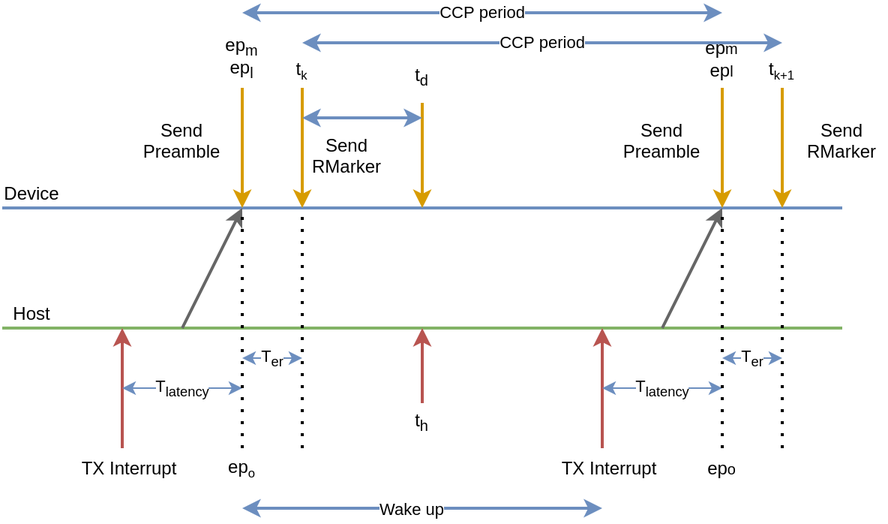
Before: reports/03_firmware/img/ccp_timing_for_master_node.png, a diagram exported from draw.io (tuannv-github/uwb-ips). Source tidied: cells renumbered, new cells last; positions are measured from the earlier drawing's top-left corner, leaving out a move shared by most shapes. The source it was exported from:
```xml
<mxGraphModel>
  <root>
    <mxCell id="0" />
    <mxCell id="1" parent="0" />
    <mxCell id="2" style="endArrow=none;html=1;fillColor=#d5e8d4;strokeColor=#82b366;strokeWidth=2;" parent="1" edge="1">
      <mxGeometry relative="1" as="geometry">
        <mxPoint y="210" as="sourcePoint" />
        <mxPoint x="560" y="210" as="targetPoint" />
      </mxGeometry>
    </mxCell>
    <mxCell id="3" style="endArrow=classic;html=1;fillColor=#f8cecc;strokeColor=#b85450;strokeWidth=2;" parent="1" edge="1">
      <mxGeometry relative="1" as="geometry">
        <mxPoint x="80" y="290" as="sourcePoint" />
        <mxPoint x="80" y="210" as="targetPoint" />
      </mxGeometry>
    </mxCell>
    <mxCell id="4" style="endArrow=none;html=1;fillColor=#dae8fc;strokeColor=#6c8ebf;strokeWidth=2;" parent="1" edge="1">
      <mxGeometry relative="1" as="geometry">
        <mxPoint y="130" as="sourcePoint" />
        <mxPoint x="560" y="130" as="targetPoint" />
      </mxGeometry>
    </mxCell>
    <mxCell id="5" style="endArrow=classic;html=1;fillColor=#ffe6cc;strokeColor=#d79b00;strokeWidth=2;" parent="1" edge="1">
      <mxGeometry relative="1" as="geometry">
        <mxPoint x="200" y="50" as="sourcePoint" />
        <mxPoint x="200" y="130" as="targetPoint" />
      </mxGeometry>
    </mxCell>
    <mxCell id="6" value="Send&lt;br&gt;RMarker" style="text;html=1;strokeColor=none;fillColor=none;align=center;verticalAlign=middle;whiteSpace=wrap;rounded=0;" parent="1" vertex="1">
      <mxGeometry x="200" y="80" width="60" height="30" as="geometry" />
    </mxCell>
    <mxCell id="7" value="TX Interrupt" style="text;html=1;strokeColor=none;fillColor=none;align=center;verticalAlign=middle;whiteSpace=wrap;rounded=0;" parent="1" vertex="1">
      <mxGeometry x="40" y="290" width="90" height="25" as="geometry" />
    </mxCell>
    <mxCell id="8" style="endArrow=classic;html=1;fillColor=#f5f5f5;strokeColor=#666666;strokeWidth=2;" parent="1" edge="1">
      <mxGeometry relative="1" as="geometry">
        <mxPoint x="120" y="210" as="sourcePoint" />
        <mxPoint x="160" y="130" as="targetPoint" />
      </mxGeometry>
    </mxCell>
    <mxCell id="9" value="Device" style="text;html=1;strokeColor=none;fillColor=none;align=center;verticalAlign=middle;whiteSpace=wrap;rounded=0;" parent="1" vertex="1">
      <mxGeometry y="110" width="40" height="20" as="geometry" />
    </mxCell>
    <mxCell id="10" value="Host" style="text;html=1;strokeColor=none;fillColor=none;align=center;verticalAlign=middle;whiteSpace=wrap;rounded=0;" parent="1" vertex="1">
      <mxGeometry y="190" width="40" height="20" as="geometry" />
    </mxCell>
    <mxCell id="11" value="CCP period" style="endArrow=classic;startArrow=classic;html=1;fillColor=#dae8fc;strokeColor=#6c8ebf;strokeWidth=2;" parent="1" edge="1">
      <mxGeometry relative="1" as="geometry">
        <mxPoint x="160" as="sourcePoint" />
        <mxPoint x="480" as="targetPoint" />
      </mxGeometry>
    </mxCell>
    <mxCell id="12" style="endArrow=none;dashed=1;html=1;dashPattern=1 3;strokeWidth=2;" parent="1" edge="1">
      <mxGeometry relative="1" as="geometry">
        <mxPoint x="200" y="290" as="sourcePoint" />
        <mxPoint x="200" y="130" as="targetPoint" />
      </mxGeometry>
    </mxCell>
    <mxCell id="13" style="endArrow=classic;html=1;fillColor=#ffe6cc;strokeColor=#d79b00;strokeWidth=2;" parent="1" edge="1">
      <mxGeometry relative="1" as="geometry">
        <mxPoint x="160" y="50" as="sourcePoint" />
        <mxPoint x="160" y="130" as="targetPoint" />
      </mxGeometry>
    </mxCell>
    <mxCell id="14" value="Send&lt;br&gt;Preamble" style="text;html=1;strokeColor=none;fillColor=none;align=center;verticalAlign=middle;whiteSpace=wrap;rounded=0;" parent="1" vertex="1">
      <mxGeometry x="90" y="70" width="60" height="30" as="geometry" />
    </mxCell>
    <mxCell id="15" value="T&lt;sub&gt;latency&lt;/sub&gt;" style="endArrow=classic;startArrow=classic;html=1;fillColor=#dae8fc;strokeColor=#6c8ebf;" parent="1" edge="1">
      <mxGeometry relative="1" as="geometry">
        <mxPoint x="80" y="250" as="sourcePoint" />
        <mxPoint x="160" y="250" as="targetPoint" />
      </mxGeometry>
    </mxCell>
    <mxCell id="16" value="T&lt;sub&gt;er&lt;/sub&gt;" style="endArrow=classic;startArrow=classic;html=1;fillColor=#dae8fc;strokeColor=#6c8ebf;" parent="1" edge="1">
      <mxGeometry relative="1" as="geometry">
        <mxPoint x="160" y="230" as="sourcePoint" />
        <mxPoint x="200" y="230" as="targetPoint" />
      </mxGeometry>
    </mxCell>
    <mxCell id="17" style="endArrow=none;dashed=1;html=1;dashPattern=1 3;strokeWidth=2;" parent="1" edge="1">
      <mxGeometry relative="1" as="geometry">
        <mxPoint x="160" y="290" as="sourcePoint" />
        <mxPoint x="160" y="130" as="targetPoint" />
      </mxGeometry>
    </mxCell>
    <mxCell id="18" value="ep&lt;span style=&quot;font-size: 10px&quot;&gt;&lt;sub&gt;o&lt;/sub&gt;&lt;/span&gt;" style="text;html=1;strokeColor=none;fillColor=none;align=center;verticalAlign=middle;whiteSpace=wrap;rounded=0;" parent="1" vertex="1">
      <mxGeometry x="150" y="290" width="20" height="25" as="geometry" />
    </mxCell>
    <mxCell id="19" value="ep&lt;sub&gt;l&lt;/sub&gt;" style="text;html=1;strokeColor=none;fillColor=none;align=center;verticalAlign=middle;whiteSpace=wrap;rounded=0;" parent="1" vertex="1">
      <mxGeometry x="150" y="30" width="20" height="15" as="geometry" />
    </mxCell>
    <mxCell id="20" value="ep&lt;sub&gt;m&lt;/sub&gt;" style="text;html=1;strokeColor=none;fillColor=none;align=center;verticalAlign=middle;whiteSpace=wrap;rounded=0;" parent="1" vertex="1">
      <mxGeometry x="150" y="10" width="20" height="25" as="geometry" />
    </mxCell>
    <mxCell id="21" style="endArrow=classic;html=1;fillColor=#f8cecc;strokeColor=#b85450;strokeWidth=2;" parent="1" edge="1">
      <mxGeometry relative="1" as="geometry">
        <mxPoint x="400" y="290" as="sourcePoint" />
        <mxPoint x="400" y="210" as="targetPoint" />
      </mxGeometry>
    </mxCell>
    <mxCell id="22" style="endArrow=classic;html=1;fillColor=#ffe6cc;strokeColor=#d79b00;strokeWidth=2;" parent="1" edge="1">
      <mxGeometry relative="1" as="geometry">
        <mxPoint x="520" y="50" as="sourcePoint" />
        <mxPoint x="520" y="130" as="targetPoint" />
      </mxGeometry>
    </mxCell>
    <mxCell id="23" value="Send&lt;br&gt;RMarker" style="text;html=1;strokeColor=none;fillColor=none;align=center;verticalAlign=middle;whiteSpace=wrap;rounded=0;" parent="1" vertex="1">
      <mxGeometry x="530" y="70" width="60" height="30" as="geometry" />
    </mxCell>
    <mxCell id="24" value="TX Interrupt" style="text;html=1;strokeColor=none;fillColor=none;align=center;verticalAlign=middle;whiteSpace=wrap;rounded=0;" parent="1" vertex="1">
      <mxGeometry x="360" y="290" width="90" height="25" as="geometry" />
    </mxCell>
    <mxCell id="25" style="endArrow=classic;html=1;fillColor=#f5f5f5;strokeColor=#666666;strokeWidth=2;" parent="1" edge="1">
      <mxGeometry relative="1" as="geometry">
        <mxPoint x="440" y="210" as="sourcePoint" />
        <mxPoint x="480" y="130" as="targetPoint" />
      </mxGeometry>
    </mxCell>
    <mxCell id="26" style="endArrow=none;dashed=1;html=1;dashPattern=1 3;strokeWidth=2;" parent="1" edge="1">
      <mxGeometry relative="1" as="geometry">
        <mxPoint x="520" y="290" as="sourcePoint" />
        <mxPoint x="520" y="130" as="targetPoint" />
      </mxGeometry>
    </mxCell>
    <mxCell id="27" style="endArrow=classic;html=1;fillColor=#ffe6cc;strokeColor=#d79b00;strokeWidth=2;" parent="1" edge="1">
      <mxGeometry relative="1" as="geometry">
        <mxPoint x="480" y="50" as="sourcePoint" />
        <mxPoint x="480" y="130" as="targetPoint" />
      </mxGeometry>
    </mxCell>
    <mxCell id="28" value="Send&lt;br&gt;Preamble" style="text;html=1;strokeColor=none;fillColor=none;align=center;verticalAlign=middle;whiteSpace=wrap;rounded=0;" parent="1" vertex="1">
      <mxGeometry x="410" y="70" width="60" height="30" as="geometry" />
    </mxCell>
    <mxCell id="29" value="T&lt;sub&gt;latency&lt;/sub&gt;" style="endArrow=classic;startArrow=classic;html=1;fillColor=#dae8fc;strokeColor=#6c8ebf;" parent="1" edge="1">
      <mxGeometry relative="1" as="geometry">
        <mxPoint x="400" y="250" as="sourcePoint" />
        <mxPoint x="480" y="250" as="targetPoint" />
      </mxGeometry>
    </mxCell>
    <mxCell id="30" value="T&lt;sub&gt;er&lt;/sub&gt;" style="endArrow=classic;startArrow=classic;html=1;fillColor=#dae8fc;strokeColor=#6c8ebf;" parent="1" edge="1">
      <mxGeometry relative="1" as="geometry">
        <mxPoint x="480" y="230" as="sourcePoint" />
        <mxPoint x="520" y="230" as="targetPoint" />
      </mxGeometry>
    </mxCell>
    <mxCell id="31" style="endArrow=none;dashed=1;html=1;dashPattern=1 3;strokeWidth=2;" parent="1" edge="1">
      <mxGeometry relative="1" as="geometry">
        <mxPoint x="480" y="290" as="sourcePoint" />
        <mxPoint x="480" y="130" as="targetPoint" />
      </mxGeometry>
    </mxCell>
    <mxCell id="32" value="ep&lt;span style=&quot;font-size: 10px&quot;&gt;o&lt;/span&gt;" style="text;html=1;strokeColor=none;fillColor=none;align=center;verticalAlign=middle;whiteSpace=wrap;rounded=0;" parent="1" vertex="1">
      <mxGeometry x="470" y="290" width="20" height="25" as="geometry" />
    </mxCell>
    <mxCell id="33" value="ep&lt;span style=&quot;font-size: 10px&quot;&gt;l&lt;/span&gt;" style="text;html=1;strokeColor=none;fillColor=none;align=center;verticalAlign=middle;whiteSpace=wrap;rounded=0;" parent="1" vertex="1">
      <mxGeometry x="470" y="30" width="20" height="15" as="geometry" />
    </mxCell>
    <mxCell id="34" value="ep&lt;span style=&quot;font-size: 10px&quot;&gt;m&lt;/span&gt;" style="text;html=1;strokeColor=none;fillColor=none;align=center;verticalAlign=middle;whiteSpace=wrap;rounded=0;" parent="1" vertex="1">
      <mxGeometry x="470" y="10" width="20" height="25" as="geometry" />
    </mxCell>
    <mxCell id="35" style="endArrow=classic;startArrow=classic;html=1;fillColor=#dae8fc;strokeColor=#6c8ebf;strokeWidth=2;" parent="1" edge="1">
      <mxGeometry relative="1" as="geometry">
        <mxPoint x="160" y="330" as="sourcePoint" />
        <mxPoint x="400" y="330" as="targetPoint" />
      </mxGeometry>
    </mxCell>
    <mxCell id="36" value="Wake up" style="edgeLabel;html=1;align=center;verticalAlign=middle;" parent="35" vertex="1">
      <mxGeometry x="-0.06" y="-1" relative="1" as="geometry" />
    </mxCell>
    <mxCell id="37" value="CCP period" style="endArrow=classic;startArrow=classic;html=1;fillColor=#dae8fc;strokeColor=#6c8ebf;strokeWidth=2;" parent="1" edge="1">
      <mxGeometry relative="1" as="geometry">
        <mxPoint x="200" y="20" as="sourcePoint" />
        <mxPoint x="520" y="20" as="targetPoint" />
      </mxGeometry>
    </mxCell>
    <mxCell id="38" style="endArrow=classic;html=1;strokeWidth=2;fillColor=#f8cecc;strokeColor=#b85450;" parent="1" edge="1">
      <mxGeometry relative="1" as="geometry">
        <mxPoint x="280" y="260" as="sourcePoint" />
        <mxPoint x="280" y="210" as="targetPoint" />
      </mxGeometry>
    </mxCell>
    <mxCell id="39" value="t&lt;sub&gt;h&lt;/sub&gt;" style="text;html=1;strokeColor=none;fillColor=none;align=center;verticalAlign=middle;whiteSpace=wrap;rounded=0;" parent="1" vertex="1">
      <mxGeometry x="270" y="260" width="20" height="25" as="geometry" />
    </mxCell>
    <mxCell id="40" style="endArrow=classic;html=1;strokeWidth=2;fillColor=#ffe6cc;strokeColor=#d79b00;" parent="1" edge="1">
      <mxGeometry relative="1" as="geometry">
        <mxPoint x="280" y="60" as="sourcePoint" />
        <mxPoint x="280" y="130" as="targetPoint" />
      </mxGeometry>
    </mxCell>
    <mxCell id="41" value="t&lt;sub&gt;d&lt;/sub&gt;" style="text;html=1;strokeColor=none;fillColor=none;align=center;verticalAlign=middle;whiteSpace=wrap;rounded=0;" parent="1" vertex="1">
      <mxGeometry x="270" y="30" width="20" height="25" as="geometry" />
    </mxCell>
    <mxCell id="42" value="t&lt;span style=&quot;font-size: 10px&quot;&gt;&lt;sub&gt;k&lt;/sub&gt;&lt;/span&gt;" style="text;html=1;strokeColor=none;fillColor=none;align=center;verticalAlign=middle;whiteSpace=wrap;rounded=0;" parent="1" vertex="1">
      <mxGeometry x="190" y="25" width="20" height="25" as="geometry" />
    </mxCell>
    <mxCell id="43" value="t&lt;span style=&quot;font-size: 10px&quot;&gt;&lt;sub&gt;k+1&lt;/sub&gt;&lt;/span&gt;" style="text;html=1;strokeColor=none;fillColor=none;align=center;verticalAlign=middle;whiteSpace=wrap;rounded=0;" parent="1" vertex="1">
      <mxGeometry x="510" y="25" width="20" height="25" as="geometry" />
    </mxCell>
    <mxCell id="44" style="endArrow=classic;startArrow=classic;html=1;strokeWidth=2;fillColor=#dae8fc;strokeColor=#6c8ebf;" parent="1" edge="1">
      <mxGeometry relative="1" as="geometry">
        <mxPoint x="200" y="70" as="sourcePoint" />
        <mxPoint x="280" y="70" as="targetPoint" />
      </mxGeometry>
    </mxCell>
  </root>
</mxGraphModel>
```
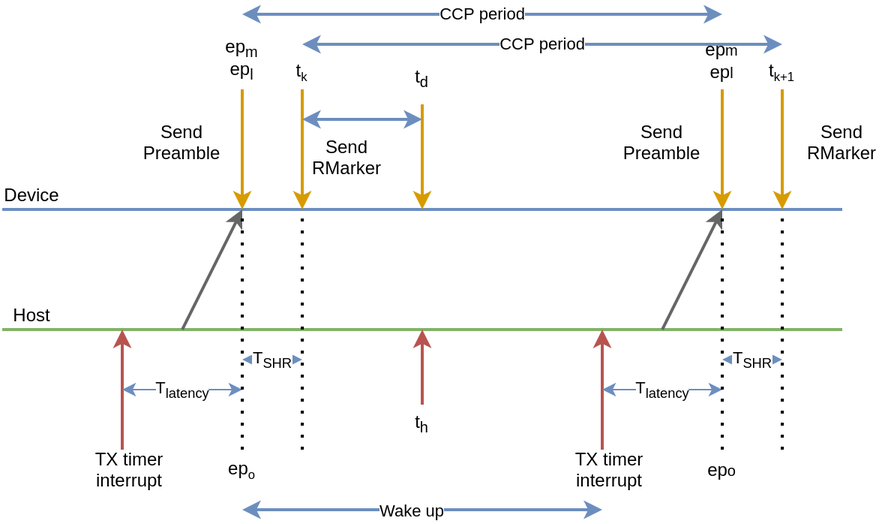
The same diagram one commit later.

Commit message:
add ccp slave timing

Diff of the diagram source:
```diff
@@ -29,7 +29,7 @@
     <mxCell id="6" value="Send&lt;br&gt;RMarker" style="text;html=1;strokeColor=none;fillColor=none;align=center;verticalAlign=middle;whiteSpace=wrap;rounded=0;" parent="1" vertex="1">
       <mxGeometry x="200" y="80" width="60" height="30" as="geometry" />
     </mxCell>
-    <mxCell id="7" value="TX Interrupt" style="text;html=1;strokeColor=none;fillColor=none;align=center;verticalAlign=middle;whiteSpace=wrap;rounded=0;" parent="1" vertex="1">
+    <mxCell id="7" value="TX timer interrupt" style="text;html=1;strokeColor=none;fillColor=none;align=center;verticalAlign=middle;whiteSpace=wrap;rounded=0;" parent="1" vertex="1">
       <mxGeometry x="40" y="290" width="90" height="25" as="geometry" />
     </mxCell>
     <mxCell id="8" style="endArrow=classic;html=1;fillColor=#f5f5f5;strokeColor=#666666;strokeWidth=2;" parent="1" edge="1">
@@ -71,7 +71,7 @@
         <mxPoint x="160" y="250" as="targetPoint" />
       </mxGeometry>
     </mxCell>
-    <mxCell id="16" value="T&lt;sub&gt;er&lt;/sub&gt;" style="endArrow=classic;startArrow=classic;html=1;fillColor=#dae8fc;strokeColor=#6c8ebf;" parent="1" edge="1">
+    <mxCell id="16" value="T&lt;sub&gt;SHR&lt;/sub&gt;" style="endArrow=classic;startArrow=classic;html=1;fillColor=#dae8fc;strokeColor=#6c8ebf;" parent="1" edge="1">
       <mxGeometry relative="1" as="geometry">
         <mxPoint x="160" y="230" as="sourcePoint" />
         <mxPoint x="200" y="230" as="targetPoint" />
@@ -107,7 +107,7 @@
     <mxCell id="23" value="Send&lt;br&gt;RMarker" style="text;html=1;strokeColor=none;fillColor=none;align=center;verticalAlign=middle;whiteSpace=wrap;rounded=0;" parent="1" vertex="1">
       <mxGeometry x="530" y="70" width="60" height="30" as="geometry" />
     </mxCell>
-    <mxCell id="24" value="TX Interrupt" style="text;html=1;strokeColor=none;fillColor=none;align=center;verticalAlign=middle;whiteSpace=wrap;rounded=0;" parent="1" vertex="1">
+    <mxCell id="24" value="TX timer interrupt" style="text;html=1;strokeColor=none;fillColor=none;align=center;verticalAlign=middle;whiteSpace=wrap;rounded=0;" parent="1" vertex="1">
       <mxGeometry x="360" y="290" width="90" height="25" as="geometry" />
     </mxCell>
     <mxCell id="25" style="endArrow=classic;html=1;fillColor=#f5f5f5;strokeColor=#666666;strokeWidth=2;" parent="1" edge="1">
@@ -137,7 +137,7 @@
         <mxPoint x="480" y="250" as="targetPoint" />
       </mxGeometry>
     </mxCell>
-    <mxCell id="30" value="T&lt;sub&gt;er&lt;/sub&gt;" style="endArrow=classic;startArrow=classic;html=1;fillColor=#dae8fc;strokeColor=#6c8ebf;" parent="1" edge="1">
+    <mxCell id="30" value="T&lt;sub&gt;SHR&lt;/sub&gt;" style="endArrow=classic;startArrow=classic;html=1;fillColor=#dae8fc;strokeColor=#6c8ebf;" parent="1" edge="1">
       <mxGeometry relative="1" as="geometry">
         <mxPoint x="480" y="230" as="sourcePoint" />
         <mxPoint x="520" y="230" as="targetPoint" />
```
